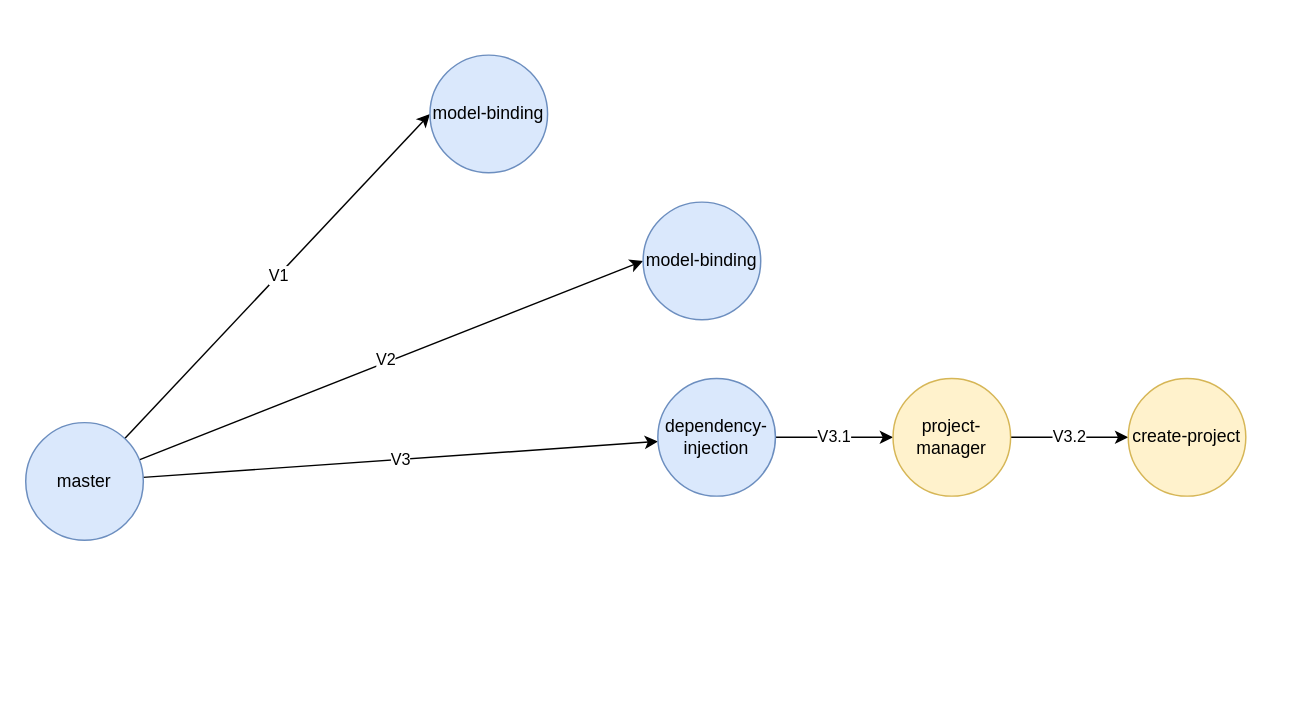
Above: PIS.drawio in zcomert/project-information-system (draw.io), before the change. Source tidied: cells renumbered, new cells numbered last; positions are measured from the earlier drawing's top-left corner, leaving out a move shared by most shapes. Both pictures are drawn from the tidied source at 147%, with x=0, y=0 at pixel (25, 54).
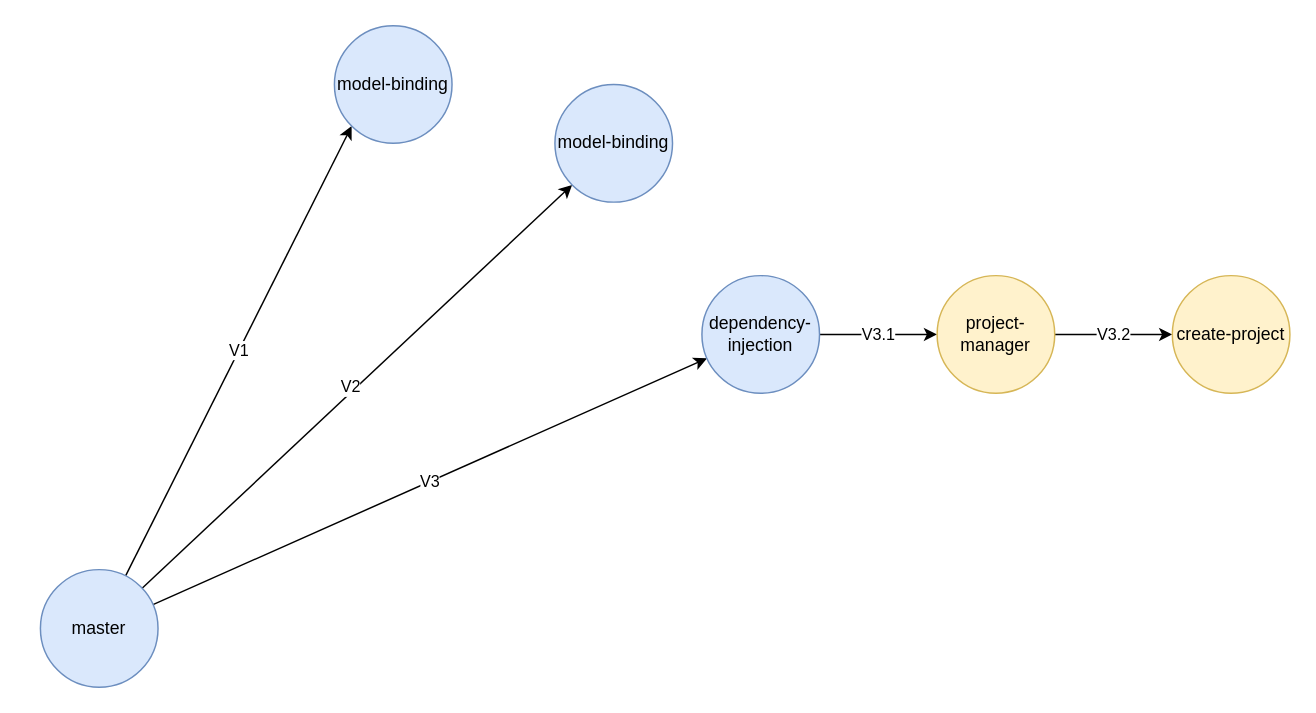
Above is the later version.

What changed in the source:
```diff
@@
 <mxGraphModel>
   <root>
     <mxCell id="0" />
     <mxCell id="1" parent="0" />
-    <mxCell id="2" value="V1" style="rounded=0;jettySize=auto;html=1;entryX=0;entryY=0.5;entryDx=0;entryDy=0;" parent="1" edge="1" source="6" target="7">
+    <mxCell id="2" value="V1" style="rounded=0;jettySize=auto;html=1;entryX=0;entryY=1;entryDx=0;entryDy=0;" parent="1" edge="1" source="6" target="7">
       <mxGeometry relative="1" as="geometry" />
     </mxCell>
-    <mxCell id="3" style="rounded=0;jettySize=auto;html=1;entryX=0;entryY=0.5;entryDx=0;entryDy=0;" parent="1" edge="1" source="6" target="8">
+    <mxCell id="3" style="rounded=0;jettySize=auto;html=1;entryX=0;entryY=1;entryDx=0;entryDy=0;" parent="1" edge="1" source="6" target="8">
       <mxGeometry relative="1" as="geometry" />
     </mxCell>
     <mxCell id="4" value="V2" style="edgeLabel;html=1;align=center;verticalAlign=middle;" parent="3" vertex="1">
       <mxGeometry x="-0.02" y="3" relative="1" as="geometry" />
     </mxCell>
     <mxCell id="5" value="V3" style="rounded=0;jettySize=auto;html=1;" parent="1" edge="1" source="6" target="10">
       <mxGeometry relative="1" as="geometry" />
     </mxCell>
     <mxCell id="6" value="master" style="ellipse;whiteSpace=wrap;html=1;fillColor=#dae8fc;strokeColor=#6c8ebf;" parent="1" vertex="1">
-      <mxGeometry y="250" width="80" height="80" as="geometry" />
+      <mxGeometry x="10" y="350" width="80" height="80" as="geometry" />
     </mxCell>
     <mxCell id="7" value="model-binding" style="ellipse;whiteSpace=wrap;html=1;fillColor=#dae8fc;strokeColor=#6c8ebf;" parent="1" vertex="1">
-      <mxGeometry x="275" width="80" height="80" as="geometry" />
+      <mxGeometry x="210" y="-20" width="80" height="80" as="geometry" />
     </mxCell>
     <mxCell id="8" value="model-binding" style="ellipse;whiteSpace=wrap;html=1;fillColor=#dae8fc;strokeColor=#6c8ebf;" parent="1" vertex="1">
-      <mxGeometry x="420" y="100" width="80" height="80" as="geometry" />
+      <mxGeometry x="360" y="20" width="80" height="80" as="geometry" />
     </mxCell>
     <mxCell id="9" value="V3.1" style="edgeStyle=orthogonalEdgeStyle;rounded=0;jettySize=auto;html=1;entryX=0;entryY=0.5;entryDx=0;entryDy=0;" parent="1" edge="1" source="10" target="12">
       <mxGeometry relative="1" as="geometry" />
     </mxCell>
     <mxCell id="10" value="dependency-injection" style="ellipse;whiteSpace=wrap;html=1;fillColor=#dae8fc;strokeColor=#6c8ebf;" parent="1" vertex="1">
-      <mxGeometry x="430" y="220" width="80" height="80" as="geometry" />
+      <mxGeometry x="460" y="150" width="80" height="80" as="geometry" />
     </mxCell>
     <mxCell id="11" value="V3.2" style="edgeStyle=orthogonalEdgeStyle;rounded=0;jettySize=auto;html=1;" parent="1" edge="1" source="12" target="13">
       <mxGeometry relative="1" as="geometry" />
     </mxCell>
     <mxCell id="12" value="project-manager" style="ellipse;whiteSpace=wrap;html=1;fillColor=#fff2cc;strokeColor=#d6b656;" parent="1" vertex="1">
-      <mxGeometry x="590" y="220" width="80" height="80" as="geometry" />
+      <mxGeometry x="620" y="150" width="80" height="80" as="geometry" />
     </mxCell>
     <mxCell id="13" value="create-project" style="ellipse;whiteSpace=wrap;html=1;fillColor=#fff2cc;strokeColor=#d6b656;" parent="1" vertex="1">
-      <mxGeometry x="750" y="220" width="80" height="80" as="geometry" />
+      <mxGeometry x="780" y="150" width="80" height="80" as="geometry" />
     </mxCell>
   </root>
 </mxGraphModel>
```
